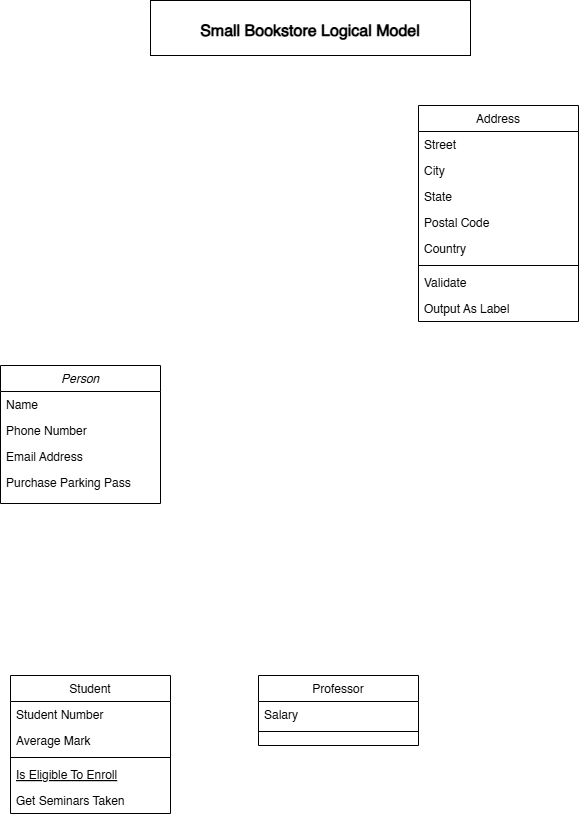
Before: 02_activities/assignments/assignment1.drawio.png, a diagram exported from draw.io (markmaramag/sql). Source tidied: cells renumbered, new cells last; positions are measured from the earlier drawing's top-left corner, leaving out a move shared by most shapes.
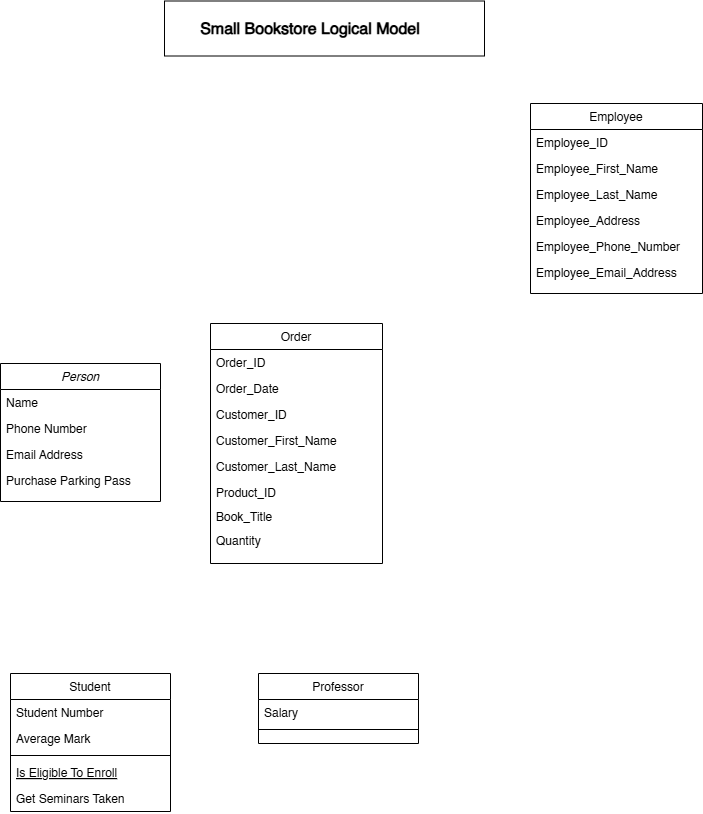
The same file after the commit.

What changed in the source:
```diff
@@ -3,7 +3,7 @@
     <mxCell id="0" />
     <mxCell id="1" parent="0" />
     <mxCell id="2" style="rounded=0;whiteSpace=wrap;html=1;" parent="1" vertex="1">
-      <mxGeometry x="150" width="320" height="55" as="geometry" />
+      <mxGeometry x="164" y="2.5" width="320" height="55" as="geometry" />
     </mxCell>
     <mxCell id="3" value="Person" style="swimlane;fontStyle=2;align=center;verticalAlign=top;horizontal=1;startSize=26;rounded=0;shadow=0;strokeWidth=1;" parent="1" vertex="1">
       <mxGeometry y="365" width="160" height="138" as="geometry" />
@@ -47,35 +47,56 @@
     <mxCell id="16" style="line;html=1;strokeWidth=1;align=left;verticalAlign=middle;spacingTop=-1;spacingLeft=3;spacingRight=3;labelPosition=right;" parent="14" vertex="1">
       <mxGeometry y="52" width="160" height="8" as="geometry" />
     </mxCell>
-    <mxCell id="17" value="Address" style="swimlane;fontStyle=0;align=center;verticalAlign=top;horizontal=1;startSize=26;rounded=0;shadow=0;strokeWidth=1;" parent="1" vertex="1">
-      <mxGeometry x="418" y="105" width="160" height="216" as="geometry" />
+    <mxCell id="17" value="Employee" style="swimlane;fontStyle=0;align=center;verticalAlign=top;horizontal=1;startSize=26;rounded=0;shadow=0;strokeWidth=1;" parent="1" vertex="1">
+      <mxGeometry x="530" y="105" width="172" height="190" as="geometry" />
     </mxCell>
-    <mxCell id="18" value="Street" style="text;align=left;verticalAlign=top;spacingLeft=4;spacingRight=4;overflow=hidden;" parent="17" vertex="1">
-      <mxGeometry y="26" width="160" height="26" as="geometry" />
+    <mxCell id="18" value="Employee_ID" style="text;align=left;verticalAlign=top;spacingLeft=4;spacingRight=4;overflow=hidden;" parent="17" vertex="1">
+      <mxGeometry y="26" width="172" height="26" as="geometry" />
     </mxCell>
-    <mxCell id="19" value="City" style="text;align=left;verticalAlign=top;spacingLeft=4;spacingRight=4;overflow=hidden;rounded=0;shadow=0;html=0;" parent="17" vertex="1">
-      <mxGeometry y="52" width="160" height="26" as="geometry" />
+    <mxCell id="19" value="Employee_First_Name" style="text;align=left;verticalAlign=top;spacingLeft=4;spacingRight=4;overflow=hidden;rounded=0;shadow=0;html=0;" parent="17" vertex="1">
+      <mxGeometry y="52" width="172" height="26" as="geometry" />
     </mxCell>
-    <mxCell id="20" value="State" style="text;align=left;verticalAlign=top;spacingLeft=4;spacingRight=4;overflow=hidden;rounded=0;shadow=0;html=0;" parent="17" vertex="1">
-      <mxGeometry y="78" width="160" height="26" as="geometry" />
+    <mxCell id="20" value="Employee_Last_Name" style="text;align=left;verticalAlign=top;spacingLeft=4;spacingRight=4;overflow=hidden;rounded=0;shadow=0;html=0;" parent="17" vertex="1">
+      <mxGeometry y="78" width="172" height="26" as="geometry" />
     </mxCell>
-    <mxCell id="21" value="Postal Code" style="text;align=left;verticalAlign=top;spacingLeft=4;spacingRight=4;overflow=hidden;rounded=0;shadow=0;html=0;" parent="17" vertex="1">
-      <mxGeometry y="104" width="160" height="26" as="geometry" />
+    <mxCell id="21" value="Employee_Address" style="text;align=left;verticalAlign=top;spacingLeft=4;spacingRight=4;overflow=hidden;rounded=0;shadow=0;html=0;" parent="17" vertex="1">
+      <mxGeometry y="104" width="172" height="26" as="geometry" />
     </mxCell>
-    <mxCell id="22" value="Country" style="text;align=left;verticalAlign=top;spacingLeft=4;spacingRight=4;overflow=hidden;rounded=0;shadow=0;html=0;" parent="17" vertex="1">
-      <mxGeometry y="130" width="160" height="26" as="geometry" />
+    <mxCell id="22" value="Employee_Phone_Number" style="text;align=left;verticalAlign=top;spacingLeft=4;spacingRight=4;overflow=hidden;rounded=0;shadow=0;html=0;" parent="17" vertex="1">
+      <mxGeometry y="130" width="172" height="26" as="geometry" />
     </mxCell>
-    <mxCell id="23" style="line;html=1;strokeWidth=1;align=left;verticalAlign=middle;spacingTop=-1;spacingLeft=3;spacingRight=3;labelPosition=right;" parent="17" vertex="1">
-      <mxGeometry y="156" width="160" height="8" as="geometry" />
-    </mxCell>
-    <mxCell id="24" value="Validate" style="text;align=left;verticalAlign=top;spacingLeft=4;spacingRight=4;overflow=hidden;" parent="17" vertex="1">
-      <mxGeometry y="164" width="160" height="26" as="geometry" />
+    <mxCell id="24" value="Employee_Email_Address" style="text;align=left;verticalAlign=top;spacingLeft=4;spacingRight=4;overflow=hidden;" parent="17" vertex="1">
+      <mxGeometry y="156" width="172" height="26" as="geometry" />
     </mxCell>
-    <mxCell id="25" value="Output As Label" style="text;align=left;verticalAlign=top;spacingLeft=4;spacingRight=4;overflow=hidden;" parent="17" vertex="1">
-      <mxGeometry y="190" width="160" height="26" as="geometry" />
-    </mxCell>
     <mxCell id="26" value="&lt;font style=&quot;font-size: 16px;&quot;&gt;&lt;b&gt;Small Bookstore Logical Model&lt;/b&gt;&lt;/font&gt;" style="text;html=1;align=center;verticalAlign=middle;whiteSpace=wrap;rounded=0;" parent="1" vertex="1">
       <mxGeometry x="150" y="15" width="320" height="30" as="geometry" />
     </mxCell>
+    <mxCell id="27" value="Order" style="swimlane;fontStyle=0;align=center;verticalAlign=top;horizontal=1;startSize=26;rounded=0;shadow=0;strokeWidth=1;" parent="1" vertex="1">
+      <mxGeometry x="210" y="325" width="172" height="240" as="geometry" />
+    </mxCell>
+    <mxCell id="28" value="Order_ID" style="text;align=left;verticalAlign=top;spacingLeft=4;spacingRight=4;overflow=hidden;" parent="27" vertex="1">
+      <mxGeometry y="26" width="172" height="26" as="geometry" />
+    </mxCell>
+    <mxCell id="29" value="Order_Date" style="text;align=left;verticalAlign=top;spacingLeft=4;spacingRight=4;overflow=hidden;rounded=0;shadow=0;html=0;" parent="27" vertex="1">
+      <mxGeometry y="52" width="172" height="26" as="geometry" />
+    </mxCell>
+    <mxCell id="30" value="Customer_ID" style="text;align=left;verticalAlign=top;spacingLeft=4;spacingRight=4;overflow=hidden;rounded=0;shadow=0;html=0;" parent="27" vertex="1">
+      <mxGeometry y="78" width="172" height="26" as="geometry" />
+    </mxCell>
+    <mxCell id="31" value="Customer_First_Name" style="text;align=left;verticalAlign=top;spacingLeft=4;spacingRight=4;overflow=hidden;rounded=0;shadow=0;html=0;" parent="27" vertex="1">
+      <mxGeometry y="104" width="172" height="26" as="geometry" />
+    </mxCell>
+    <mxCell id="32" value="Customer_Last_Name&#10;" style="text;align=left;verticalAlign=top;spacingLeft=4;spacingRight=4;overflow=hidden;rounded=0;shadow=0;html=0;" parent="27" vertex="1">
+      <mxGeometry y="130" width="172" height="26" as="geometry" />
+    </mxCell>
+    <mxCell id="33" value="Product_ID" style="text;align=left;verticalAlign=top;spacingLeft=4;spacingRight=4;overflow=hidden;" parent="27" vertex="1">
+      <mxGeometry y="156" width="172" height="24" as="geometry" />
+    </mxCell>
+    <mxCell id="34" value="Book_Title" style="text;align=left;verticalAlign=top;spacingLeft=4;spacingRight=4;overflow=hidden;" parent="27" vertex="1">
+      <mxGeometry y="180" width="172" height="24" as="geometry" />
+    </mxCell>
+    <mxCell id="35" value="Quantity" style="text;align=left;verticalAlign=top;spacingLeft=4;spacingRight=4;overflow=hidden;" parent="27" vertex="1">
+      <mxGeometry y="204" width="172" height="24" as="geometry" />
+    </mxCell>
   </root>
 </mxGraphModel>
```
